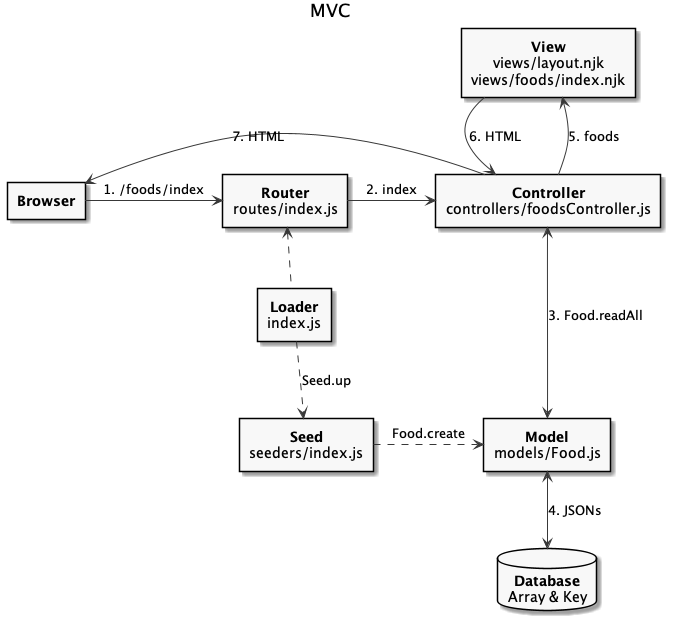
This is classnotes/10/assets/mvc.png from ifpb/lp2, a PlantUML export, as it was before one commit. Its diagram source:
```plantuml
@startuml
title MVC
hide footbox
skinparam monochrome true
skinparam defaultTextAlignment center

rectangle Browser [
  <b>Browser
]
rectangle Loader [
  <b>Loader
  index.js
]
rectangle Router [
  <b>Router
  routes/index.js
]
rectangle Controller [
  <b>Controller
  controllers/foodsController.js
]
rectangle Model [
  <b>Model
  models/Food.js
]
rectangle Seed [
  <b>Seed
  seeders/index.js
]
rectangle View [
  <b>View
  views/layout.njk
  views/foods/index.njk
]
database Database [
  <b>Database
  Array & Key
]

Browser -> Router: 1. /foods/index
Router -right-> Controller: 2. index
Controller <-down-> Model: 3. Food.readAll
Model <-down-> Database: 4. JSONs
View -down-> Controller: 6. HTML
View -[hidden]- Controller
Controller -up-> View: 5. foods
Controller -left-> Browser : 7. HTML
Loader .up.> Router
Loader .down.> Seed: Seed.up
Seed .right.> Model: Food.create

@enduml
```
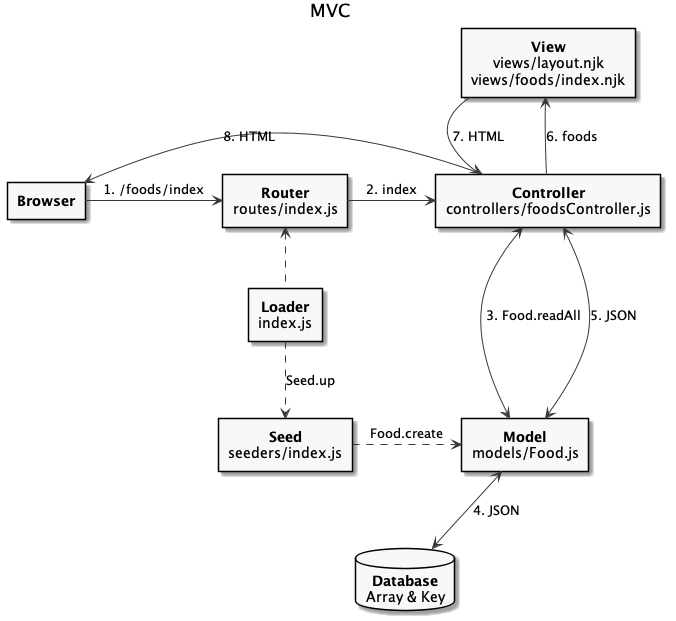
After the change.

The edit, as a diff of the source:
```diff
@@ -40,13 +40,17 @@
 Browser -> Router: 1. /foods/index
 Router -right-> Controller: 2. index
 Controller <-down-> Model: 3. Food.readAll
-Model <-down-> Database: 4. JSONs
-View -down-> Controller: 6. HTML
-View -[hidden]- Controller
-Controller -up-> View: 5. foods
-Controller -left-> Browser : 7. HTML
+Controller <-down-> Model: 5. JSON
+Model <-down-> Database: 4. JSON
+View -down-> Controller: 7. HTML
+Controller -up-> View: 6. foods
+Controller -left-> Browser : 8. HTML
 Loader .up.> Router
 Loader .down.> Seed: Seed.up
 Seed .right.> Model: Food.create
+View -[hidden]- Controller
+Controller -left[hidden]- Browser
+Seed -right[hidden]- Model
+Seed -down[hidden]- Database
 
 @enduml
```
